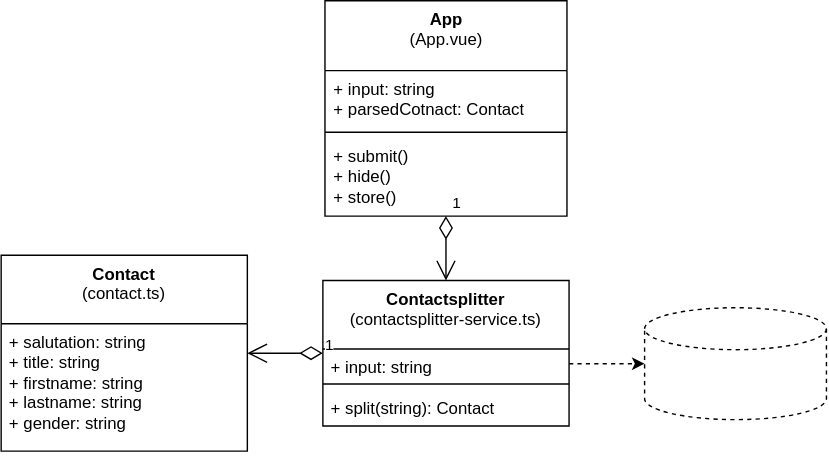
Above: project-structure.svg in Lok-Aal/Muehlkanaal (draw.io), before the change. Source tidied: cells renumbered, new cells last; positions are measured from the earlier drawing's top-left corner, leaving out a move shared by most shapes.
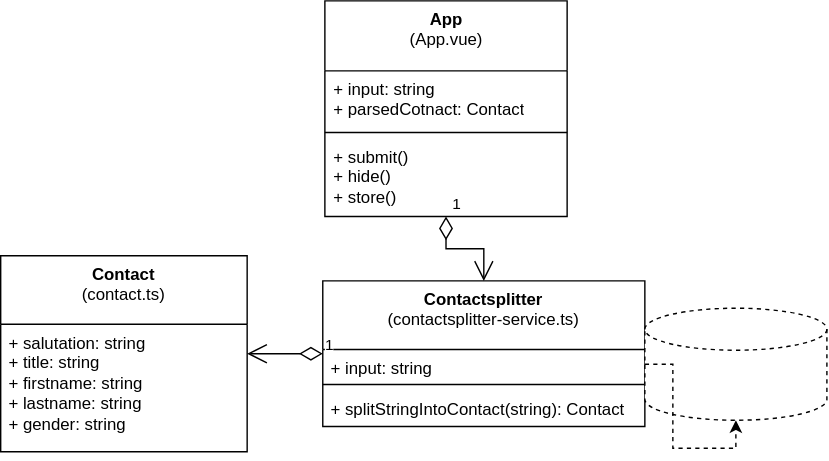
The same file after the commit.

Diff of the diagram source:
```diff
@@ -3,16 +3,16 @@
     <mxCell id="0" />
     <mxCell id="1" parent="0" />
     <mxCell id="2" value="Contactsplitter&lt;br&gt;&lt;span style=&quot;font-weight: normal;&quot;&gt;(contactsplitter-service.ts)&lt;/span&gt;" style="swimlane;fontStyle=1;align=center;verticalAlign=top;horizontal=1;startSize=49;whiteSpace=wrap;html=1;" parent="1" vertex="1">
-      <mxGeometry x="230" y="200" width="176" height="104" as="geometry" />
+      <mxGeometry x="230" y="200" width="230" height="104" as="geometry" />
     </mxCell>
     <mxCell id="3" value="+ input: string&lt;br&gt;" style="text;strokeColor=none;fillColor=none;align=left;verticalAlign=top;spacingLeft=4;spacingRight=4;overflow=hidden;points=[[0,0.5],[1,0.5]];portConstraint=eastwest;whiteSpace=wrap;html=1;" parent="2" vertex="1">
-      <mxGeometry y="49" width="176" height="21" as="geometry" />
+      <mxGeometry y="49" width="230" height="21" as="geometry" />
     </mxCell>
     <mxCell id="4" style="line;strokeWidth=1;fillColor=none;align=left;verticalAlign=middle;spacingTop=-1;spacingLeft=3;spacingRight=3;labelPosition=right;strokeColor=inherit;" parent="2" vertex="1">
-      <mxGeometry y="70" width="176" height="8" as="geometry" />
+      <mxGeometry y="70" width="230" height="8" as="geometry" />
     </mxCell>
-    <mxCell id="5" value="+ split(string): Contact" style="text;strokeColor=none;fillColor=none;align=left;verticalAlign=top;spacingLeft=4;spacingRight=4;overflow=hidden;whiteSpace=wrap;html=1;" parent="2" vertex="1">
-      <mxGeometry y="78" width="176" height="26" as="geometry" />
+    <mxCell id="5" value="+&amp;nbsp;splitStringIntoContact&lt;span style=&quot;background-color: initial;&quot;&gt;(string): Contact&lt;/span&gt;" style="text;strokeColor=none;fillColor=none;align=left;verticalAlign=top;spacingLeft=4;spacingRight=4;overflow=hidden;whiteSpace=wrap;html=1;" parent="2" vertex="1">
+      <mxGeometry y="78" width="230" height="26" as="geometry" />
     </mxCell>
     <mxCell id="6" style="shape=cylinder3;whiteSpace=wrap;html=1;boundedLbl=1;backgroundOutline=1;size=15;strokeWidth=1;dashed=1;" parent="1" vertex="1">
       <mxGeometry x="460" y="219.5" width="130" height="80" as="geometry" />
```
